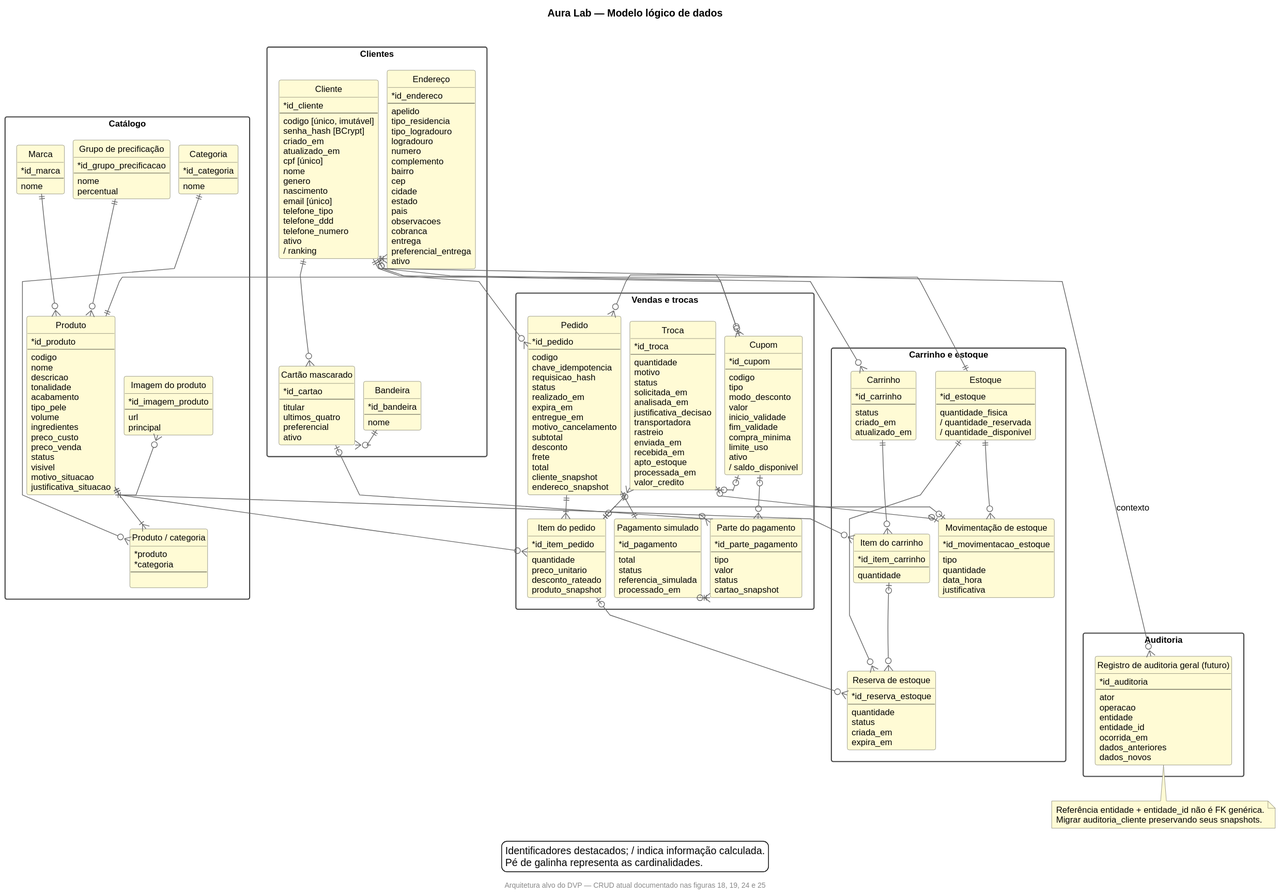
krisnarane/Aura_Lab keeps this PlantUML diagram as docs/dvp-uml-2026/svg/16-modelo-logico.svg. Above is the earlier version. Source of this version:
```plantuml
@startuml
footer Arquitetura alvo do DVP — CRUD atual documentado nas figuras 18, 19, 24 e 25
title Aura Lab — Modelo lógico de dados
hide circle
top to bottom direction
skinparam linetype polyline
set namespaceSeparator none
skinparam backgroundColor white
skinparam shadowing false
skinparam defaultFontName Arial
skinparam defaultFontSize 12
skinparam packageStyle rectangle
skinparam classAttributeIconSize 0
skinparam ClassBackgroundColor #FFFBD5
skinparam ClassBorderColor #777766
skinparam PackageBackgroundColor white
skinparam PackageBorderColor #444444
skinparam ArrowColor #666666
skinparam NoteBackgroundColor #FFFBD5
skinparam NoteBorderColor #777766
skinparam nodesep 12
skinparam ranksep 18
together {
package "Clientes" as PClientes {

entity "Cliente" as cliente {
* id_cliente
--
codigo [único, imutável]
senha_hash [BCrypt]
criado_em
atualizado_em
cpf [único]
nome
genero
nascimento
email [único]
telefone_tipo
telefone_ddd
telefone_numero
ativo
/ ranking
}
entity "Endereço" as endereco {
* id_endereco
--
apelido
tipo_residencia
tipo_logradouro
logradouro
numero
complemento
bairro
cep
cidade
estado
pais
observacoes
cobranca
entrega
preferencial_entrega
ativo
}
entity "Bandeira" as bandeira {
* id_bandeira
--
nome
}
entity "Cartão mascarado" as cartao {
* id_cartao
--
titular
ultimos_quatro
preferencial
ativo
}
}
package "Catálogo" as PCatalogo {
entity "Marca" as marca {
* id_marca
--
nome
}
entity "Grupo de precificação" as grupo_precificacao {
* id_grupo_precificacao
--
nome
percentual
}
entity "Categoria" as categoria {
* id_categoria
--
nome
}
entity "Produto" as produto {
* id_produto
--
codigo
nome
descricao
tonalidade
acabamento
tipo_pele
volume
ingredientes
preco_custo
preco_venda
status
visivel
motivo_situacao
justificativa_situacao
}
entity "Produto / categoria" as produto_categoria {
* produto
* categoria
--

}
entity "Imagem do produto" as imagem_produto {
* id_imagem_produto
--
url
principal
}
}
}
together {
package "Carrinho e estoque" as PEstoque {
entity "Carrinho" as carrinho {
* id_carrinho
--
status
criado_em
atualizado_em
}
entity "Item do carrinho" as item_carrinho {
* id_item_carrinho
--
quantidade
}
entity "Estoque" as estoque {
* id_estoque
--
quantidade_fisica
/ quantidade_reservada
/ quantidade_disponivel
}
entity "Reserva de estoque" as reserva_estoque {
* id_reserva_estoque
--
quantidade
status
criada_em
expira_em
}
entity "Movimentação de estoque" as movimentacao_estoque {
* id_movimentacao_estoque
--
tipo
quantidade
data_hora
justificativa
}
}
package "Vendas e trocas" as PVendas {
entity "Pedido" as pedido {
* id_pedido
--
codigo
chave_idempotencia
requisicao_hash
status
realizado_em
expira_em
entregue_em
motivo_cancelamento
subtotal
desconto
frete
total
cliente_snapshot
endereco_snapshot
}
entity "Item do pedido" as item_pedido {
* id_item_pedido
--
quantidade
preco_unitario
desconto_rateado
produto_snapshot
}
entity "Pagamento simulado" as pagamento {
* id_pagamento
--
total
status
referencia_simulada
processado_em
}
entity "Parte do pagamento" as parte_pagamento {
* id_parte_pagamento
--
tipo
valor
status
cartao_snapshot
}
entity "Cupom" as cupom {
* id_cupom
--
codigo
tipo
modo_desconto
valor
inicio_validade
fim_validade
compra_minima
limite_uso
ativo
/ saldo_disponivel
}
entity "Troca" as troca {
* id_troca
--
quantidade
motivo
status
solicitada_em
analisada_em
justificativa_decisao
transportadora
rastreio
enviada_em
recebida_em
apto_estoque
processada_em
valor_credito
}
}
package "Auditoria" as PAuditoria {
entity "Registro de auditoria geral (futuro)" as auditoria {
* id_auditoria
--
ator
operacao
entidade
entidade_id
ocorrida_em
dados_anteriores
dados_novos
}
}

}

cliente |o-[norank]-o{ auditoria : contexto

note bottom of auditoria
 Referência entidade + entidade_id não é FK genérica.
 Migrar auditoria_cliente preservando seus snapshots.
end note

cliente ||-[norank]-|{ endereco
cliente ||-[norank]-o{ cartao
bandeira ||-[norank]-o{ cartao
cliente ||-[norank]-o{ carrinho
cliente ||-[norank]-o{ pedido
marca ||-[norank]-o{ produto
grupo_precificacao ||-[norank]-o{ produto
produto ||-[norank]-|{ produto_categoria
categoria ||-[norank]-o{ produto_categoria
produto ||-[norank]-o{ imagem_produto
produto ||-[norank]-|| estoque
carrinho ||-[norank]-o{ item_carrinho
produto ||-[norank]-o{ item_carrinho
estoque ||-[norank]-o{ reserva_estoque
item_carrinho |o-[norank]-o{ reserva_estoque
item_pedido |o-[norank]-o{ reserva_estoque
estoque ||-[norank]-o{ movimentacao_estoque
item_pedido |o-[norank]-o| movimentacao_estoque
troca |o-[norank]-o| movimentacao_estoque
pedido ||-[norank]-|{ item_pedido
produto ||-[norank]-o{ item_pedido
pedido ||-[norank]-|| pagamento
pagamento ||-[norank]-o{ parte_pagamento
cartao |o-[norank]-o{ parte_pagamento
cupom |o-[norank]-o{ parte_pagamento
cupom |o-[norank]-o{ pedido
cliente |o-[norank]-o{ cupom
item_pedido ||-[norank]-o{ troca
troca |o-[norank]-o| cupom







cliente -[hidden]right-> endereco
cliente -[hidden]down-> cartao
cartao -[hidden]right-> bandeira
marca -[hidden]right-> grupo_precificacao
grupo_precificacao -[hidden]right-> categoria
marca -[hidden]down-> produto
produto -[hidden]right-> imagem_produto
imagem_produto -[hidden]down-> produto_categoria
pedido -[hidden]right-> troca
troca -[hidden]right-> cupom
pedido -[hidden]down-> item_pedido
item_pedido -[hidden]right-> pagamento
pagamento -[hidden]right-> parte_pagamento
carrinho -[hidden]right-> estoque
carrinho -[hidden]down-> item_carrinho
item_carrinho -[hidden]down-> reserva_estoque
estoque -[hidden]down-> movimentacao_estoque
cliente -[hidden]right-> marca
cliente -[hidden]down-> pedido
marca -[hidden]down-> carrinho
pedido -[hidden]right-> carrinho
movimentacao_estoque -[hidden]down-> auditoria
legend bottom
  Identificadores destacados; / indica informação calculada.
  Pé de galinha representa as cardinalidades.
endlegend
@enduml
```
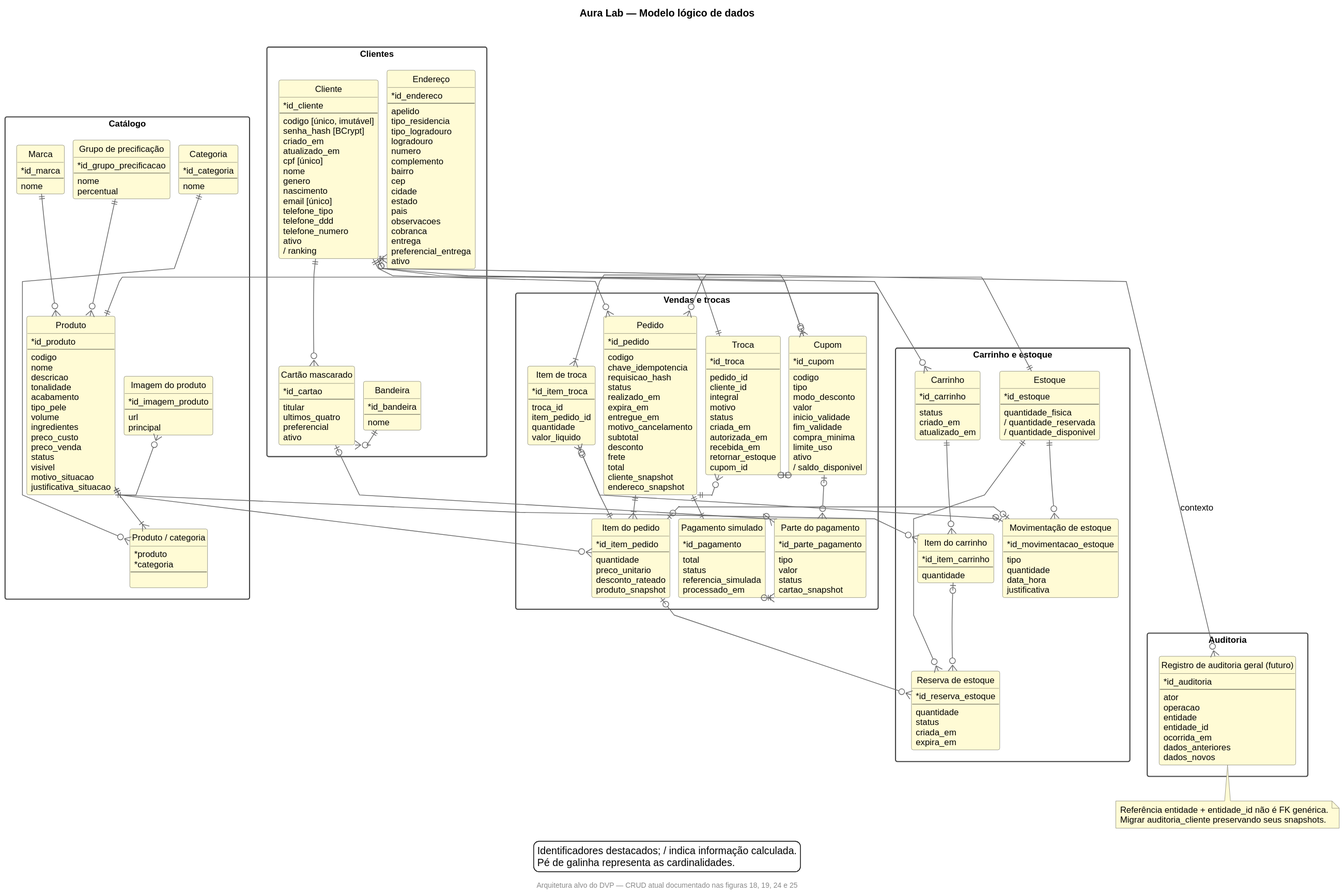
The same diagram one commit later.

What changed in the source:
```diff
@@ -222,19 +222,24 @@
 entity "Troca" as troca {
 * id_troca
 --
-quantidade
+pedido_id
+cliente_id
+integral
 motivo
 status
-solicitada_em
-analisada_em
-justificativa_decisao
-transportadora
-rastreio
-enviada_em
+criada_em
+autorizada_em
 recebida_em
-apto_estoque
-processada_em
-valor_credito
+retornar_estoque
+cupom_id
+}
+entity "Item de troca" as item_troca {
+* id_item_troca
+--
+troca_id
+item_pedido_id
+quantidade
+valor_liquido
 }
 }
 package "Auditoria" as PAuditoria {
@@ -278,7 +283,7 @@
 item_pedido |o-[norank]-o{ reserva_estoque
 estoque ||-[norank]-o{ movimentacao_estoque
 item_pedido |o-[norank]-o| movimentacao_estoque
-troca |o-[norank]-o| movimentacao_estoque
+item_troca |o-[norank]-o| movimentacao_estoque
 pedido ||-[norank]-|{ item_pedido
 produto ||-[norank]-o{ item_pedido
 pedido ||-[norank]-|| pagamento
@@ -287,7 +292,9 @@
 cupom |o-[norank]-o{ parte_pagamento
 cupom |o-[norank]-o{ pedido
 cliente |o-[norank]-o{ cupom
-item_pedido ||-[norank]-o{ troca
+pedido ||-[norank]-o{ troca
+troca ||-[norank]-|{ item_troca
+item_pedido ||-[norank]-o{ item_troca
 troca |o-[norank]-o| cupom
 
 
```
